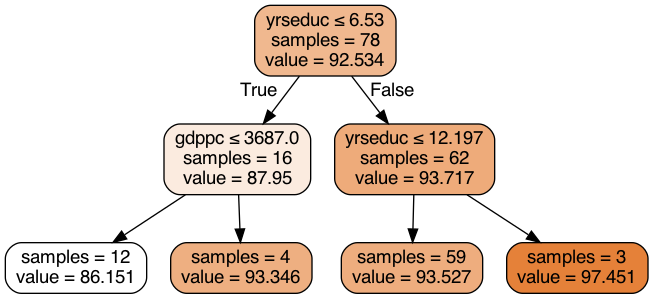
briellebush3/cse163project keeps this Graphviz diagram as tree.gv.png. Above is the earlier version. Its source is kept beside it as tree.gv.
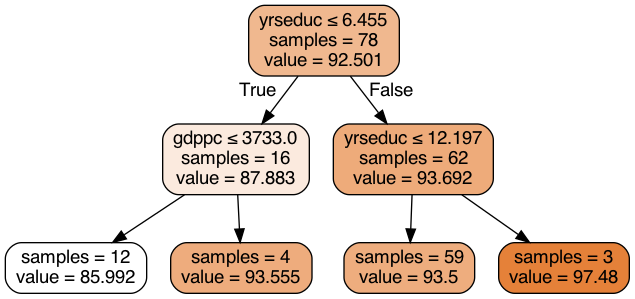
Above is the later version.

The edit, as a diff of the source:
```diff
@@ -1,17 +1,17 @@
 digraph Tree {
 node [shape=box, style="filled, rounded", color="black", fontname="helvetica"] ;
 edge [fontname="helvetica"] ;
-0 [label=<yrseduc &le; 6.53<br/>samples = 78<br/>value = 92.534>, fillcolor="#f0b88f"] ;
-1 [label=<gdppc &le; 3687.0<br/>samples = 16<br/>value = 87.95>, fillcolor="#fbebdf"] ;
+0 [label=<yrseduc &le; 6.455<br/>samples = 78<br/>value = 92.501>, fillcolor="#f0b88f"] ;
+1 [label=<gdppc &le; 3733.0<br/>samples = 16<br/>value = 87.883>, fillcolor="#fbeade"] ;
 0 -> 1 [labeldistance=2.5, labelangle=45, headlabel="True"] ;
-2 [label=<samples = 12<br/>value = 86.151>, fillcolor="#ffffff"] ;
+2 [label=<samples = 12<br/>value = 85.992>, fillcolor="#ffffff"] ;
 1 -> 2 ;
-3 [label=<samples = 4<br/>value = 93.346>, fillcolor="#eeaf81"] ;
+3 [label=<samples = 4<br/>value = 93.555>, fillcolor="#eeac7d"] ;
 1 -> 3 ;
-4 [label=<yrseduc &le; 12.197<br/>samples = 62<br/>value = 93.717>, fillcolor="#eeab7a"] ;
+4 [label=<yrseduc &le; 12.197<br/>samples = 62<br/>value = 93.692>, fillcolor="#eeab7a"] ;
 0 -> 4 [labeldistance=2.5, labelangle=-45, headlabel="False"] ;
-5 [label=<samples = 59<br/>value = 93.527>, fillcolor="#eead7e"] ;
+5 [label=<samples = 59<br/>value = 93.5>, fillcolor="#eead7e"] ;
 4 -> 5 ;
-6 [label=<samples = 3<br/>value = 97.451>, fillcolor="#e58139"] ;
+6 [label=<samples = 3<br/>value = 97.48>, fillcolor="#e58139"] ;
 4 -> 6 ;
 }
```
